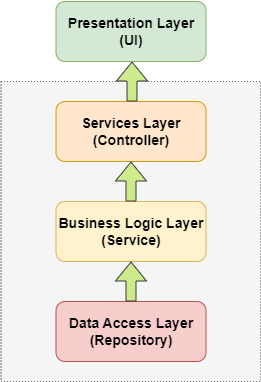
Before: Docs/monolitic.png, a diagram exported from draw.io (ETomi24/Webshop-backend). Source tidied: cells renumbered, new cells last; positions are measured from the earlier drawing's top-left corner, leaving out a move shared by most shapes.
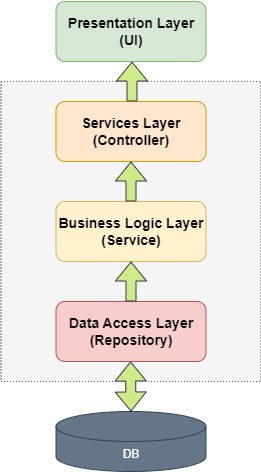
The same file after the commit.

Diff of the diagram source:
```diff
@@ -31,5 +31,13 @@
     <mxCell id="9" value="&lt;h3&gt;Presentation Layer&lt;br&gt;(UI)&lt;/h3&gt;" style="rounded=1;whiteSpace=wrap;html=1;fillColor=#d5e8d4;strokeColor=#82b366;" parent="1" vertex="1">
       <mxGeometry x="55.5" width="150" height="60" as="geometry" />
     </mxCell>
+    <mxCell id="10" value="DB" style="shape=cylinder3;whiteSpace=wrap;html=1;boundedLbl=1;backgroundOutline=1;size=15;fillColor=#647687;fontColor=#ffffff;strokeColor=#314354;" parent="1" vertex="1">
+      <mxGeometry x="55.5" y="410" width="150" height="60" as="geometry" />
+    </mxCell>
+    <mxCell id="11" style="shape=flexArrow;endArrow=classic;html=1;rounded=0;fillColor=#cdeb8b;strokeColor=#36393d;startArrow=block;exitX=0.5;exitY=0;exitDx=0;exitDy=0;exitPerimeter=0;" parent="1" edge="1" source="10">
+      <mxGeometry relative="1" as="geometry">
+        <mxPoint x="130" y="360" as="targetPoint" />
+      </mxGeometry>
+    </mxCell>
   </root>
 </mxGraphModel>
```
